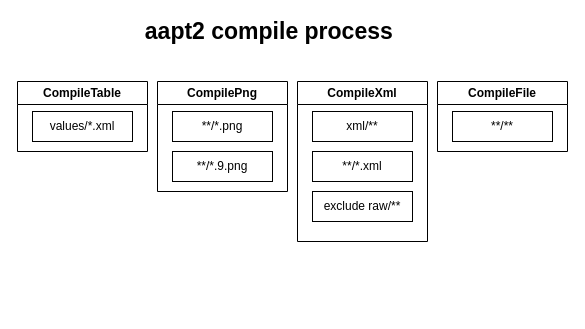
Earlier version of the draw.io diagram Drawio/AAPT2.drawio (JayneVong/resource). Source tidied: cells renumbered, new cells numbered last; positions are measured from the earlier drawing's top-left corner, leaving out a move shared by most shapes. Both pictures are drawn from the tidied source at 100%, with x=0, y=0 at pixel (17, 21).
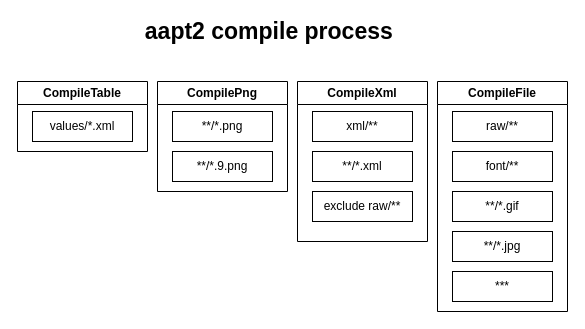
After the change.

Diff of the diagram source:
```diff
@@
 <mxGraphModel>
   <root>
     <mxCell id="0" />
     <mxCell id="1" parent="0" />
     <mxCell id="2" value="aapt2 compile process&amp;nbsp;" style="text;html=1;strokeColor=none;fillColor=none;align=center;verticalAlign=middle;whiteSpace=wrap;rounded=0;fontStyle=1;fontSize=23;" parent="1" vertex="1">
       <mxGeometry x="110" width="290" height="20" as="geometry" />
     </mxCell>
     <mxCell id="3" value="CompileTable" style="swimlane;whiteSpace=wrap;html=1;" parent="1" vertex="1">
       <mxGeometry y="60" width="130" height="70" as="geometry" />
     </mxCell>
     <mxCell id="4" value="values/*.xml" style="rounded=0;whiteSpace=wrap;html=1;" parent="3" vertex="1">
       <mxGeometry x="15" y="30" width="100" height="30" as="geometry" />
     </mxCell>
     <mxCell id="5" value="CompileXml" style="swimlane;whiteSpace=wrap;html=1;" parent="1" vertex="1">
       <mxGeometry x="280" y="60" width="130" height="160" as="geometry" />
     </mxCell>
     <mxCell id="6" value="xml/**" style="rounded=0;whiteSpace=wrap;html=1;" parent="5" vertex="1">
       <mxGeometry x="15" y="30" width="100" height="30" as="geometry" />
     </mxCell>
     <mxCell id="7" value="**/*.xml" style="rounded=0;whiteSpace=wrap;html=1;" parent="5" vertex="1">
       <mxGeometry x="15" y="70" width="100" height="30" as="geometry" />
     </mxCell>
     <mxCell id="8" value="exclude raw/**" style="rounded=0;whiteSpace=wrap;html=1;" parent="5" vertex="1">
       <mxGeometry x="15" y="110" width="100" height="30" as="geometry" />
     </mxCell>
     <mxCell id="9" value="CompilePng" style="swimlane;whiteSpace=wrap;html=1;" parent="1" vertex="1">
       <mxGeometry x="140" y="60" width="130" height="110" as="geometry" />
     </mxCell>
     <mxCell id="10" value="**/*.png" style="rounded=0;whiteSpace=wrap;html=1;" parent="9" vertex="1">
       <mxGeometry x="15" y="30" width="100" height="30" as="geometry" />
     </mxCell>
     <mxCell id="11" value="**/*.9.png" style="rounded=0;whiteSpace=wrap;html=1;" parent="9" vertex="1">
       <mxGeometry x="15" y="70" width="100" height="30" as="geometry" />
     </mxCell>
     <mxCell id="12" value="CompileFile" style="swimlane;whiteSpace=wrap;html=1;" parent="1" vertex="1">
-      <mxGeometry x="420" y="60" width="130" height="70" as="geometry" />
+      <mxGeometry x="420" y="60" width="130" height="230" as="geometry" />
     </mxCell>
-    <mxCell id="13" value="**/**" style="rounded=0;whiteSpace=wrap;html=1;" parent="12" vertex="1">
+    <mxCell id="13" value="raw/**" style="rounded=0;whiteSpace=wrap;html=1;" parent="12" vertex="1">
       <mxGeometry x="15" y="30" width="100" height="30" as="geometry" />
     </mxCell>
+    <mxCell id="14" value="font/**" style="rounded=0;whiteSpace=wrap;html=1;" parent="12" vertex="1">
+      <mxGeometry x="15" y="70" width="100" height="30" as="geometry" />
+    </mxCell>
+    <mxCell id="15" value="**/*.gif" style="rounded=0;whiteSpace=wrap;html=1;" parent="12" vertex="1">
+      <mxGeometry x="15" y="110" width="100" height="30" as="geometry" />
+    </mxCell>
+    <mxCell id="16" value="**/*.jpg" style="rounded=0;whiteSpace=wrap;html=1;" parent="12" vertex="1">
+      <mxGeometry x="15" y="150" width="100" height="30" as="geometry" />
+    </mxCell>
+    <mxCell id="17" value="***" style="rounded=0;whiteSpace=wrap;html=1;" parent="12" vertex="1">
+      <mxGeometry x="15" y="190" width="100" height="30" as="geometry" />
+    </mxCell>
   </root>
 </mxGraphModel>
```
